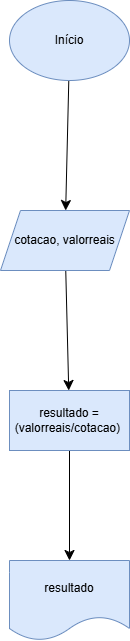
rehsanva/PA-2025 keeps this draw.io diagram as variaveiseoperadoresaritmeticos/conversãomoeda.drawio.png. Above is the earlier version. Source tidied: cells renumbered, new cells last; positions are measured from the earlier drawing's top-left corner, leaving out a move shared by most shapes. The source it was exported from:
```xml
<mxGraphModel>
  <root>
    <mxCell id="0" />
    <mxCell id="1" parent="0" />
    <mxCell id="2" style="edgeStyle=none;curved=1;rounded=0;jettySize=auto;html=1;fontSize=12;startSize=8;endSize=8;" parent="1" edge="1" source="3" target="5">
      <mxGeometry relative="1" as="geometry" />
    </mxCell>
    <mxCell id="3" value="Início" style="ellipse;whiteSpace=wrap;html=1;fillColor=#dae8fc;strokeColor=#6c8ebf;" parent="1" vertex="1">
      <mxGeometry x="9" width="120" height="80" as="geometry" />
    </mxCell>
    <mxCell id="4" style="edgeStyle=none;curved=1;rounded=0;jettySize=auto;html=1;fontSize=12;startSize=8;endSize=8;" parent="1" edge="1" source="5" target="7">
      <mxGeometry relative="1" as="geometry" />
    </mxCell>
    <mxCell id="5" value="cotacao, valorreais" style="shape=parallelogram;perimeter=parallelogramPerimeter;whiteSpace=wrap;html=1;fixedSize=1;fillColor=#dae8fc;strokeColor=#6c8ebf;" parent="1" vertex="1">
      <mxGeometry y="210" width="129" height="60" as="geometry" />
    </mxCell>
    <mxCell id="6" style="edgeStyle=none;curved=1;rounded=0;jettySize=auto;html=1;fontSize=12;startSize=8;endSize=8;" parent="1" edge="1" source="7" target="8">
      <mxGeometry relative="1" as="geometry" />
    </mxCell>
    <mxCell id="7" value="resultado = (valorreais/cotacao)&amp;nbsp;" style="whiteSpace=wrap;html=1;fillColor=#dae8fc;strokeColor=#6c8ebf;" parent="1" vertex="1">
      <mxGeometry x="9" y="390" width="120" height="60" as="geometry" />
    </mxCell>
    <mxCell id="8" value="resultado" style="shape=document;whiteSpace=wrap;html=1;boundedLbl=1;fillColor=#dae8fc;strokeColor=#6c8ebf;" parent="1" vertex="1">
      <mxGeometry x="9" y="560" width="120" height="80" as="geometry" />
    </mxCell>
  </root>
</mxGraphModel>
```
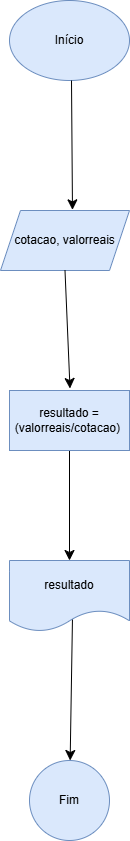
After the commit.

Change to the diagram source:
```diff
@@ -2,15 +2,9 @@
   <root>
     <mxCell id="0" />
     <mxCell id="1" parent="0" />
-    <mxCell id="2" style="edgeStyle=none;curved=1;rounded=0;jettySize=auto;html=1;fontSize=12;startSize=8;endSize=8;" parent="1" edge="1" source="3" target="5">
-      <mxGeometry relative="1" as="geometry" />
-    </mxCell>
     <mxCell id="3" value="Início" style="ellipse;whiteSpace=wrap;html=1;fillColor=#dae8fc;strokeColor=#6c8ebf;" parent="1" vertex="1">
       <mxGeometry x="9" width="120" height="80" as="geometry" />
     </mxCell>
-    <mxCell id="4" style="edgeStyle=none;curved=1;rounded=0;jettySize=auto;html=1;fontSize=12;startSize=8;endSize=8;" parent="1" edge="1" source="5" target="7">
-      <mxGeometry relative="1" as="geometry" />
-    </mxCell>
     <mxCell id="5" value="cotacao, valorreais" style="shape=parallelogram;perimeter=parallelogramPerimeter;whiteSpace=wrap;html=1;fixedSize=1;fillColor=#dae8fc;strokeColor=#6c8ebf;" parent="1" vertex="1">
       <mxGeometry y="210" width="129" height="60" as="geometry" />
     </mxCell>
@@ -20,8 +14,24 @@
     <mxCell id="7" value="resultado = (valorreais/cotacao)&amp;nbsp;" style="whiteSpace=wrap;html=1;fillColor=#dae8fc;strokeColor=#6c8ebf;" parent="1" vertex="1">
       <mxGeometry x="9" y="390" width="120" height="60" as="geometry" />
     </mxCell>
+    <mxCell id="9" style="edgeStyle=none;curved=1;rounded=0;jettySize=auto;html=1;fontSize=12;startSize=8;endSize=8;exitX=0.525;exitY=0.789;exitDx=0;exitDy=0;exitPerimeter=0;" parent="1" edge="1" source="8" target="10">
+      <mxGeometry relative="1" as="geometry" />
+    </mxCell>
     <mxCell id="8" value="resultado" style="shape=document;whiteSpace=wrap;html=1;boundedLbl=1;fillColor=#dae8fc;strokeColor=#6c8ebf;" parent="1" vertex="1">
-      <mxGeometry x="9" y="560" width="120" height="80" as="geometry" />
+      <mxGeometry x="9" y="560" width="120" height="71" as="geometry" />
     </mxCell>
+    <mxCell id="10" value="Fim" style="ellipse;whiteSpace=wrap;html=1;fillColor=#dae8fc;strokeColor=#6c8ebf;" parent="1" vertex="1">
+      <mxGeometry x="29" y="760" width="80" height="80" as="geometry" />
+    </mxCell>
+    <mxCell id="11" style="edgeStyle=none;curved=1;rounded=0;jettySize=auto;html=1;fontSize=12;startSize=8;endSize=8;entryX=0.558;entryY=-0.011;entryDx=0;entryDy=0;entryPerimeter=0;" parent="1" edge="1" target="5">
+      <mxGeometry relative="1" as="geometry">
+        <mxPoint x="71" y="80" as="sourcePoint" />
+      </mxGeometry>
+    </mxCell>
+    <mxCell id="12" style="edgeStyle=none;curved=1;rounded=0;jettySize=auto;html=1;fontSize=12;startSize=8;endSize=8;entryX=0.558;entryY=-0.011;entryDx=0;entryDy=0;entryPerimeter=0;exitX=0.5;exitY=1;exitDx=0;exitDy=0;" parent="1" edge="1" source="5">
+      <mxGeometry relative="1" as="geometry">
+        <mxPoint x="69.5" y="388" as="targetPoint" />
+      </mxGeometry>
+    </mxCell>
   </root>
 </mxGraphModel>
```
